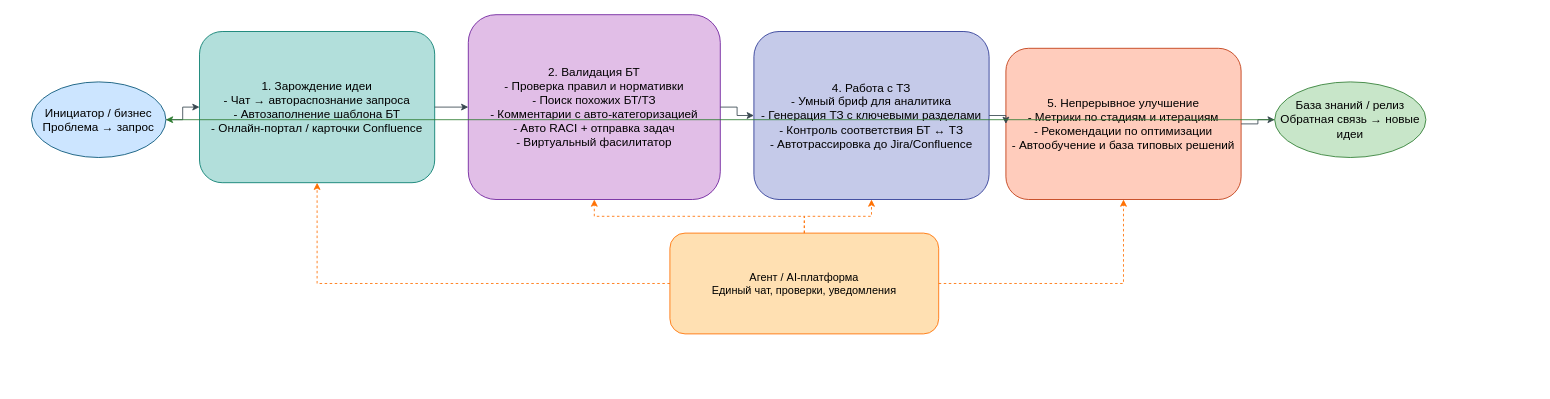
Earlier version of the draw.io diagram ai_process.drawio (deberdeev/TG-Bot). Source tidied: cells renumbered, new cells numbered last; positions are measured from the earlier drawing's top-left corner, leaving out a move shared by most shapes. Both pictures are drawn from the tidied source at 84%, with x=0, y=0 at pixel (31, 14).
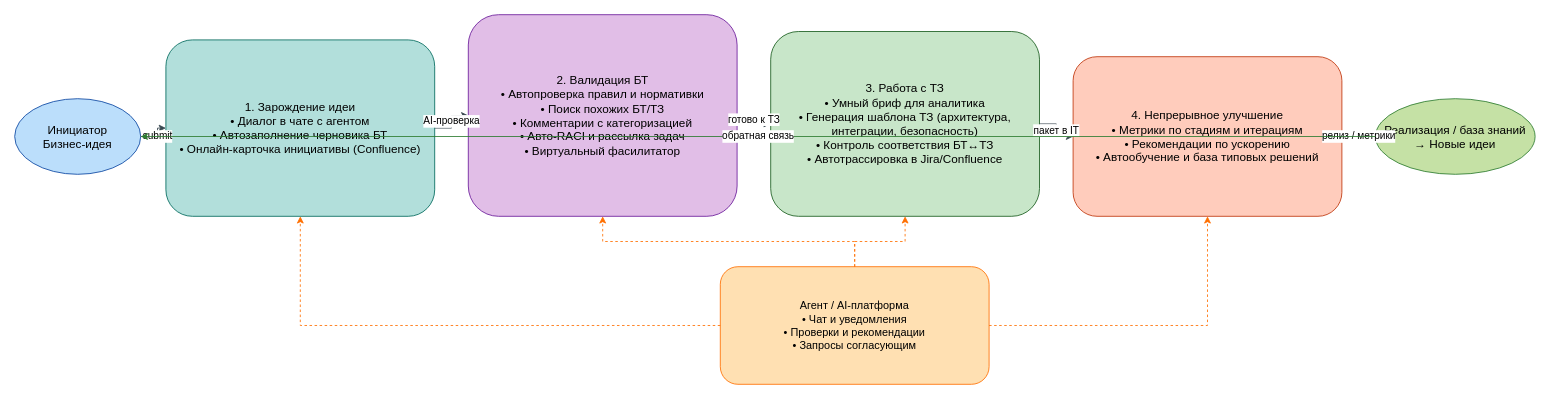
The same diagram, later.

Commit message:
Refactor: Update AI business process diagram and labels

Diff of the diagram source:
```diff
@@
 <mxGraphModel>
   <root>
     <mxCell id="0" />
     <mxCell id="1" parent="0" />
-    <mxCell id="2" value="Инициатор / бизнес&#10;Проблема → запрос" style="ellipse;whiteSpace=wrap;html=1;strokeColor=#005073;fillColor=#cce5ff;fontSize=14;" parent="1" vertex="1">
-      <mxGeometry y="80" width="160" height="90" as="geometry" />
-    </mxCell>
-    <mxCell id="3" value="1. Зарождение идеи&#10;- Чат → автораспознание запроса&#10;- Автозаполнение шаблона БТ&#10;- Онлайн-портал / карточки Confluence" style="rounded=1;whiteSpace=wrap;html=1;strokeColor=#00796B;fillColor=#B2DFDB;fontSize=14;" parent="1" vertex="1">
-      <mxGeometry x="200" y="20" width="280" height="180" as="geometry" />
-    </mxCell>
-    <mxCell id="4" value="2. Валидация БТ&#10;- Проверка правил и нормативки&#10;- Поиск похожих БТ/ТЗ&#10;- Комментарии с авто-категоризацией&#10;- Авто RACI + отправка задач&#10;- Виртуальный фасилитатор" style="rounded=1;whiteSpace=wrap;html=1;strokeColor=#6A1B9A;fillColor=#E1BEE7;fontSize=14;" parent="1" vertex="1">
-      <mxGeometry x="520" width="300" height="220" as="geometry" />
-    </mxCell>
-    <mxCell id="5" value="4. Работа с ТЗ&#10;- Умный бриф для аналитика&#10;- Генерация ТЗ с ключевыми разделами&#10;- Контроль соответствия БТ ↔ ТЗ&#10;- Автотрассировка до Jira/Confluence" style="rounded=1;whiteSpace=wrap;html=1;strokeColor=#283593;fillColor=#C5CAE9;fontSize=14;" parent="1" vertex="1">
-      <mxGeometry x="860" y="20" width="280" height="200" as="geometry" />
-    </mxCell>
-    <mxCell id="6" value="5. Непрерывное улучшение&#10;- Метрики по стадиям и итерациям&#10;- Рекомендации по оптимизации&#10;- Автообучение и база типовых решений" style="rounded=1;whiteSpace=wrap;html=1;strokeColor=#BF360C;fillColor=#FFCCBC;fontSize=14;" parent="1" vertex="1">
-      <mxGeometry x="1160" y="40" width="280" height="180" as="geometry" />
-    </mxCell>
-    <mxCell id="7" value="База знаний / релиз&#10;Обратная связь → новые идеи" style="ellipse;whiteSpace=wrap;html=1;strokeColor=#2E7D32;fillColor=#C8E6C9;fontSize=14;" parent="1" vertex="1">
-      <mxGeometry x="1480" y="80" width="180" height="90" as="geometry" />
-    </mxCell>
-    <mxCell id="8" style="edgeStyle=orthogonalEdgeStyle;rounded=0;jettySize=auto;html=1;endArrow=classic;strokeColor=#37474F;fontSize=13;" parent="1" edge="1" source="2" target="3">
-      <mxGeometry relative="1" as="geometry" />
-    </mxCell>
-    <mxCell id="9" style="edgeStyle=orthogonalEdgeStyle;rounded=0;jettySize=auto;html=1;endArrow=classic;strokeColor=#37474F;fontSize=13;" parent="1" edge="1" source="3" target="4">
-      <mxGeometry relative="1" as="geometry" />
-    </mxCell>
-    <mxCell id="10" style="edgeStyle=orthogonalEdgeStyle;rounded=0;jettySize=auto;html=1;endArrow=classic;strokeColor=#37474F;fontSize=13;" parent="1" edge="1" source="4" target="5">
-      <mxGeometry relative="1" as="geometry" />
-    </mxCell>
-    <mxCell id="11" style="edgeStyle=orthogonalEdgeStyle;rounded=0;jettySize=auto;html=1;endArrow=classic;strokeColor=#37474F;fontSize=13;" parent="1" edge="1" source="5" target="6">
-      <mxGeometry relative="1" as="geometry" />
-    </mxCell>
-    <mxCell id="12" style="edgeStyle=orthogonalEdgeStyle;rounded=0;jettySize=auto;html=1;endArrow=classic;strokeColor=#37474F;fontSize=13;" parent="1" edge="1" source="6" target="7">
-      <mxGeometry relative="1" as="geometry" />
-    </mxCell>
-    <mxCell id="13" style="edgeStyle=orthogonalEdgeStyle;rounded=0;jettySize=auto;html=1;endArrow=classic;strokeColor=#2E7D32;fontSize=13;" parent="1" edge="1" source="7" target="2">
-      <mxGeometry relative="1" as="geometry" />
-    </mxCell>
-    <mxCell id="14" value="Агент / AI-платформа&#10;Единый чат, проверки, уведомления" style="rounded=1;whiteSpace=wrap;html=1;strokeColor=#FF6F00;fillColor=#FFE0B2;fontSize=13;" parent="1" vertex="1">
-      <mxGeometry x="760" y="260" width="320" height="120" as="geometry" />
-    </mxCell>
-    <mxCell id="15" style="edgeStyle=orthogonalEdgeStyle;rounded=0;jettySize=auto;html=1;dashed=1;endArrow=classic;strokeColor=#FF6F00;fontSize=12;" parent="1" edge="1" source="14" target="3">
-      <mxGeometry relative="1" as="geometry" />
-    </mxCell>
-    <mxCell id="16" style="edgeStyle=orthogonalEdgeStyle;rounded=0;jettySize=auto;html=1;dashed=1;endArrow=classic;strokeColor=#FF6F00;fontSize=12;" parent="1" edge="1" source="14" target="4">
-      <mxGeometry relative="1" as="geometry" />
-    </mxCell>
-    <mxCell id="17" style="edgeStyle=orthogonalEdgeStyle;rounded=0;jettySize=auto;html=1;dashed=1;endArrow=classic;strokeColor=#FF6F00;fontSize=12;" parent="1" edge="1" source="14" target="5">
-      <mxGeometry relative="1" as="geometry" />
-    </mxCell>
-    <mxCell id="18" style="edgeStyle=orthogonalEdgeStyle;rounded=0;jettySize=auto;html=1;dashed=1;endArrow=classic;strokeColor=#FF6F00;fontSize=12;" parent="1" edge="1" source="14" target="6">
-      <mxGeometry relative="1" as="geometry" />
-    </mxCell>
+    <mxCell id="19" value="Инициатор&#10;Бизнес-идея" style="ellipse;whiteSpace=wrap;html=1;strokeColor=#0D47A1;fillColor=#BBDEFB;fontSize=14;" parent="1" vertex="1">
+      <mxGeometry x="-20" y="100" width="150" height="90" as="geometry" />
+    </mxCell>
+    <mxCell id="20" value="1. Зарождение идеи&#10;• Диалог в чате с агентом&#10;• Автозаполнение черновика БТ&#10;• Онлайн-карточка инициативы (Confluence)" style="rounded=1;whiteSpace=wrap;html=1;strokeColor=#00695C;fillColor=#B2DFDB;fontSize=14;" parent="1" vertex="1">
+      <mxGeometry x="160" y="30" width="320" height="210" as="geometry" />
+    </mxCell>
+    <mxCell id="21" value="2. Валидация БТ&#10;• Автопроверка правил и нормативки&#10;• Поиск похожих БТ/ТЗ&#10;• Комментарии с категоризацией&#10;• Авто-RACI и рассылка задач&#10;• Виртуальный фасилитатор" style="rounded=1;whiteSpace=wrap;html=1;strokeColor=#6A1B9A;fillColor=#E1BEE7;fontSize=14;" parent="1" vertex="1">
+      <mxGeometry x="520" width="320" height="240" as="geometry" />
+    </mxCell>
+    <mxCell id="22" value="3. Работа с ТЗ&#10;• Умный бриф для аналитика&#10;• Генерация шаблона ТЗ (архитектура, интеграции, безопасность)&#10;• Контроль соответствия БТ↔ТЗ&#10;• Автотрассировка в Jira/Confluence" style="rounded=1;whiteSpace=wrap;html=1;strokeColor=#1B5E20;fillColor=#C8E6C9;fontSize=14;" parent="1" vertex="1">
+      <mxGeometry x="880" y="20" width="320" height="220" as="geometry" />
+    </mxCell>
+    <mxCell id="23" value="4. Непрерывное улучшение&#10;• Метрики по стадиям и итерациям&#10;• Рекомендации по ускорению&#10;• Автообучение и база типовых решений" style="rounded=1;whiteSpace=wrap;html=1;strokeColor=#BF360C;fillColor=#FFCCBC;fontSize=14;" parent="1" vertex="1">
+      <mxGeometry x="1240" y="50" width="320" height="190" as="geometry" />
+    </mxCell>
+    <mxCell id="24" value="Реализация / база знаний&#10;→ Новые идеи" style="ellipse;whiteSpace=wrap;html=1;strokeColor=#2E7D32;fillColor=#C5E1A5;fontSize=14;" parent="1" vertex="1">
+      <mxGeometry x="1600" y="100" width="190" height="90" as="geometry" />
+    </mxCell>
+    <mxCell id="25" value="submit" style="edgeStyle=orthogonalEdgeStyle;rounded=0;jettySize=auto;html=1;endArrow=classic;strokeColor=#37474F;fontSize=12;" parent="1" edge="1" source="19" target="20">
+      <mxGeometry relative="1" as="geometry" />
+    </mxCell>
+    <mxCell id="26" value="AI-проверка" style="edgeStyle=orthogonalEdgeStyle;rounded=0;jettySize=auto;html=1;endArrow=classic;strokeColor=#37474F;fontSize=12;" parent="1" edge="1" source="20" target="21">
+      <mxGeometry relative="1" as="geometry" />
+    </mxCell>
+    <mxCell id="27" value="готово к ТЗ" style="edgeStyle=orthogonalEdgeStyle;rounded=0;jettySize=auto;html=1;endArrow=classic;strokeColor=#37474F;fontSize=12;" parent="1" edge="1" source="21" target="22">
+      <mxGeometry relative="1" as="geometry" />
+    </mxCell>
+    <mxCell id="28" value="пакет в IT" style="edgeStyle=orthogonalEdgeStyle;rounded=0;jettySize=auto;html=1;endArrow=classic;strokeColor=#37474F;fontSize=12;" parent="1" edge="1" source="22" target="23">
+      <mxGeometry relative="1" as="geometry" />
+    </mxCell>
+    <mxCell id="29" value="релиз / метрики" style="edgeStyle=orthogonalEdgeStyle;rounded=0;jettySize=auto;html=1;endArrow=classic;strokeColor=#37474F;fontSize=12;" parent="1" edge="1" source="23" target="24">
+      <mxGeometry relative="1" as="geometry" />
+    </mxCell>
+    <mxCell id="30" value="обратная связь" style="edgeStyle=orthogonalEdgeStyle;rounded=0;jettySize=auto;html=1;endArrow=classic;strokeColor=#2E7D32;fontSize=12;" parent="1" edge="1" source="24" target="19">
+      <mxGeometry relative="1" as="geometry" />
+    </mxCell>
+    <mxCell id="31" value="Агент / AI-платформа&#10;• Чат и уведомления&#10;• Проверки и рекомендации&#10;• Запросы согласующим" style="rounded=1;whiteSpace=wrap;html=1;strokeColor=#FF6F00;fillColor=#FFE0B2;fontSize=13;" parent="1" vertex="1">
+      <mxGeometry x="820" y="300" width="320" height="140" as="geometry" />
+    </mxCell>
+    <mxCell id="32" style="edgeStyle=orthogonalEdgeStyle;rounded=0;jettySize=auto;html=1;dashed=1;endArrow=classic;strokeColor=#FF6F00;fontSize=12;" parent="1" edge="1" source="31" target="20">
+      <mxGeometry relative="1" as="geometry" />
+    </mxCell>
+    <mxCell id="33" style="edgeStyle=orthogonalEdgeStyle;rounded=0;jettySize=auto;html=1;dashed=1;endArrow=classic;strokeColor=#FF6F00;fontSize=12;" parent="1" edge="1" source="31" target="21">
+      <mxGeometry relative="1" as="geometry" />
+    </mxCell>
+    <mxCell id="34" style="edgeStyle=orthogonalEdgeStyle;rounded=0;jettySize=auto;html=1;dashed=1;endArrow=classic;strokeColor=#FF6F00;fontSize=12;" parent="1" edge="1" source="31" target="22">
+      <mxGeometry relative="1" as="geometry" />
+    </mxCell>
+    <mxCell id="35" style="edgeStyle=orthogonalEdgeStyle;rounded=0;jettySize=auto;html=1;dashed=1;endArrow=classic;strokeColor=#FF6F00;fontSize=12;" parent="1" edge="1" source="31" target="23">
+      <mxGeometry relative="1" as="geometry" />
+    </mxCell>
   </root>
 </mxGraphModel>
```
